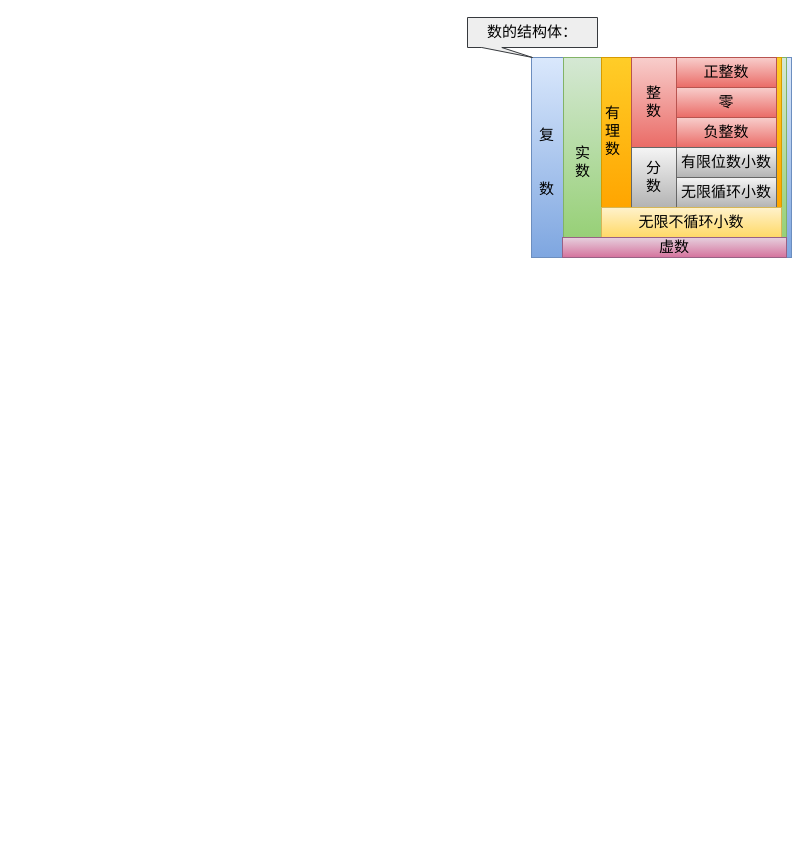
Earlier version of the draw.io diagram 数的范围.drawio (UTOUUCENTER-CD/Adv-Mathematics). Source tidied: cells renumbered, new cells numbered last; positions are measured from the earlier drawing's top-left corner, leaving out a move shared by most shapes. Both pictures are drawn from the tidied source at 100%, with x=0, y=0 at pixel (467, 17).
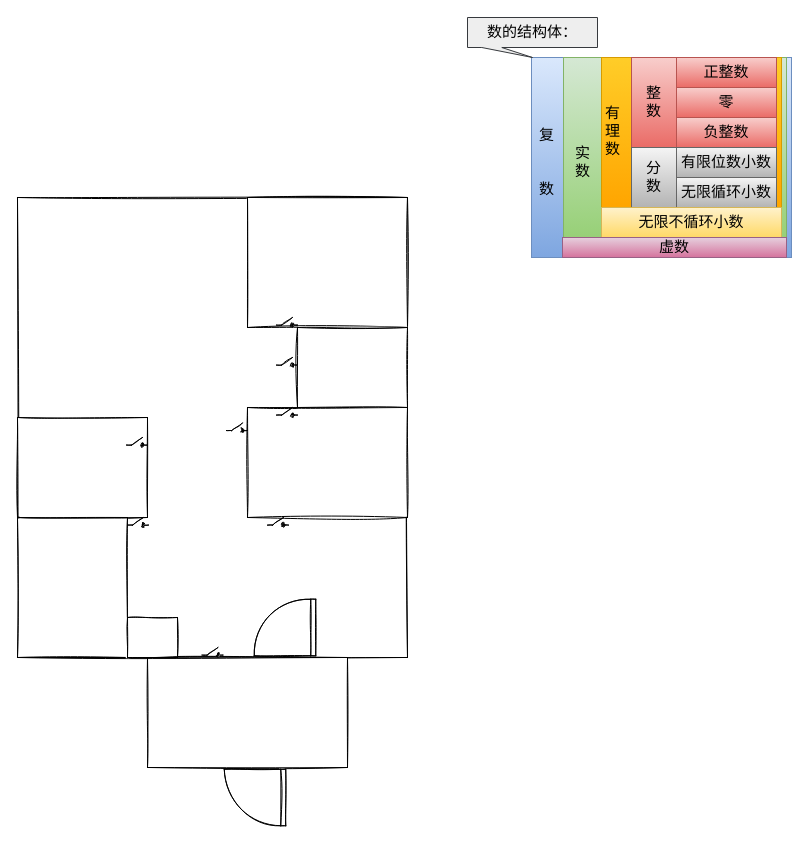
Above is the later version.

Commit message:
更新数的范围.drawio

Change to the diagram source:
```diff
@@
+    <mxCell id="19" style="rounded=0;whiteSpace=wrap;html=1;sketch=1;hachureGap=4;fontFamily=Architects Daughter;fontSize=20;fillColor=default;strokeColor=default;fontColor=default;" parent="1" vertex="1">
+      <mxGeometry x="-450" y="180" width="390" height="460" as="geometry" />
+    </mxCell>
+    <mxCell id="20" style="rounded=0;whiteSpace=wrap;html=1;sketch=1;hachureGap=4;fontFamily=Architects Daughter;fontSize=20;fontColor=default;strokeColor=default;fillColor=default;" parent="1" vertex="1">
+      <mxGeometry x="-320" y="640" width="200" height="110" as="geometry" />
+    </mxCell>
+    <mxCell id="21" style="rounded=0;whiteSpace=wrap;html=1;sketch=1;hachureGap=4;fontFamily=Architects Daughter;fontSize=20;fontColor=default;strokeColor=default;fillColor=default;" parent="1" vertex="1">
+      <mxGeometry x="-450" y="400" width="130" height="100" as="geometry" />
+    </mxCell>
+    <mxCell id="22" style="rounded=0;whiteSpace=wrap;html=1;sketch=1;hachureGap=4;fontFamily=Architects Daughter;fontSize=20;fontColor=default;strokeColor=default;fillColor=default;" parent="1" vertex="1">
+      <mxGeometry x="-220" y="390" width="160" height="110" as="geometry" />
+    </mxCell>
+    <mxCell id="23" style="rounded=0;whiteSpace=wrap;html=1;sketch=1;hachureGap=4;fontFamily=Architects Daughter;fontSize=20;fontColor=default;strokeColor=default;fillColor=default;" parent="1" vertex="1">
+      <mxGeometry x="-220" y="180" width="160" height="130" as="geometry" />
+    </mxCell>
+    <mxCell id="24" style="rounded=0;whiteSpace=wrap;html=1;sketch=1;hachureGap=4;fontFamily=Architects Daughter;fontSize=20;fontColor=default;strokeColor=default;fillColor=default;" parent="1" vertex="1">
+      <mxGeometry x="-170" y="310" width="110" height="80" as="geometry" />
+    </mxCell>
+    <mxCell id="25" style="rounded=0;whiteSpace=wrap;html=1;sketch=1;hachureGap=4;fontFamily=Architects Daughter;fontSize=20;fontColor=default;strokeColor=default;fillColor=default;" parent="1" vertex="1">
+      <mxGeometry x="-450" y="500" width="110" height="140" as="geometry" />
+    </mxCell>
+    <mxCell id="26" style="verticalLabelPosition=bottom;html=1;verticalAlign=top;align=center;shape=mxgraph.floorplan.doorRight;sketch=1;hachureGap=4;fontFamily=Architects Daughter;fontSize=20;fontColor=default;strokeColor=default;fillColor=default;rotation=90;flipV=0;flipH=1;" parent="1" vertex="1">
+      <mxGeometry x="-240" y="750" width="56.5" height="60" as="geometry" />
+    </mxCell>
+    <mxCell id="27" style="verticalLabelPosition=bottom;html=1;verticalAlign=top;align=center;shape=mxgraph.floorplan.doorRight;sketch=1;hachureGap=4;fontFamily=Architects Daughter;fontSize=20;fontColor=default;strokeColor=default;fillColor=default;rotation=90;flipV=0;flipH=0;" parent="1" vertex="1">
+      <mxGeometry x="-210" y="580" width="56.5" height="60" as="geometry" />
+    </mxCell>
+    <mxCell id="28" style="rounded=0;whiteSpace=wrap;html=1;sketch=1;hachureGap=4;fontFamily=Architects Daughter;fontSize=20;fontColor=default;strokeColor=default;fillColor=default;" parent="1" vertex="1">
+      <mxGeometry x="-340" y="600" width="50" height="40" as="geometry" />
+    </mxCell>
+    <mxCell id="29" style="verticalLabelPosition=bottom;shadow=0;dashed=0;align=center;html=1;verticalAlign=top;shape=mxgraph.electrical.electro-mechanical.switch_disconnector;sketch=1;hachureGap=4;fontFamily=Architects Daughter;fontSize=20;fontColor=default;strokeColor=default;fillColor=default;" parent="1" vertex="1">
+      <mxGeometry x="-241" y="405.5" width="21" height="9" as="geometry" />
+    </mxCell>
+    <mxCell id="30" style="verticalLabelPosition=bottom;shadow=0;dashed=0;align=center;html=1;verticalAlign=top;shape=mxgraph.electrical.electro-mechanical.switch_disconnector;sketch=1;hachureGap=4;fontFamily=Architects Daughter;fontSize=20;fontColor=default;strokeColor=default;fillColor=default;" parent="1" vertex="1">
+      <mxGeometry x="-200" y="500" width="21" height="9" as="geometry" />
+    </mxCell>
+    <mxCell id="31" style="verticalLabelPosition=bottom;shadow=0;dashed=0;align=center;html=1;verticalAlign=top;shape=mxgraph.electrical.electro-mechanical.switch_disconnector;sketch=1;hachureGap=4;fontFamily=Architects Daughter;fontSize=20;fontColor=default;strokeColor=default;fillColor=default;" parent="1" vertex="1">
+      <mxGeometry x="-340" y="500" width="21" height="9" as="geometry" />
+    </mxCell>
+    <mxCell id="32" style="verticalLabelPosition=bottom;shadow=0;dashed=0;align=center;html=1;verticalAlign=top;shape=mxgraph.electrical.electro-mechanical.switch_disconnector;sketch=1;hachureGap=4;fontFamily=Architects Daughter;fontSize=20;fontColor=default;strokeColor=default;fillColor=default;" parent="1" vertex="1">
+      <mxGeometry x="-265.5" y="630" width="21" height="9" as="geometry" />
+    </mxCell>
+    <mxCell id="33" style="verticalLabelPosition=bottom;shadow=0;dashed=0;align=center;html=1;verticalAlign=top;shape=mxgraph.electrical.electro-mechanical.switch_disconnector;sketch=1;hachureGap=4;fontFamily=Architects Daughter;fontSize=20;fontColor=default;strokeColor=default;fillColor=default;" parent="1" vertex="1">
+      <mxGeometry x="-191" y="300" width="21" height="9" as="geometry" />
+    </mxCell>
+    <mxCell id="34" style="verticalLabelPosition=bottom;shadow=0;dashed=0;align=center;html=1;verticalAlign=top;shape=mxgraph.electrical.electro-mechanical.switch_disconnector;sketch=1;hachureGap=4;fontFamily=Architects Daughter;fontSize=20;fontColor=default;strokeColor=default;fillColor=default;" parent="1" vertex="1">
+      <mxGeometry x="-191" y="390" width="21" height="9" as="geometry" />
+    </mxCell>
+    <mxCell id="35" style="verticalLabelPosition=bottom;shadow=0;dashed=0;align=center;html=1;verticalAlign=top;shape=mxgraph.electrical.electro-mechanical.switch_disconnector;sketch=1;hachureGap=4;fontFamily=Architects Daughter;fontSize=20;fontColor=default;strokeColor=default;fillColor=default;" parent="1" vertex="1">
+      <mxGeometry x="-191" y="340" width="21" height="9" as="geometry" />
+    </mxCell>
+    <mxCell id="36" style="verticalLabelPosition=bottom;shadow=0;dashed=0;align=center;html=1;verticalAlign=top;shape=mxgraph.electrical.electro-mechanical.switch_disconnector;sketch=1;hachureGap=4;fontFamily=Architects Daughter;fontSize=20;fontColor=default;strokeColor=default;fillColor=default;" parent="1" vertex="1">
+      <mxGeometry x="-341" y="420" width="21" height="9" as="geometry" />
+    </mxCell>
```
